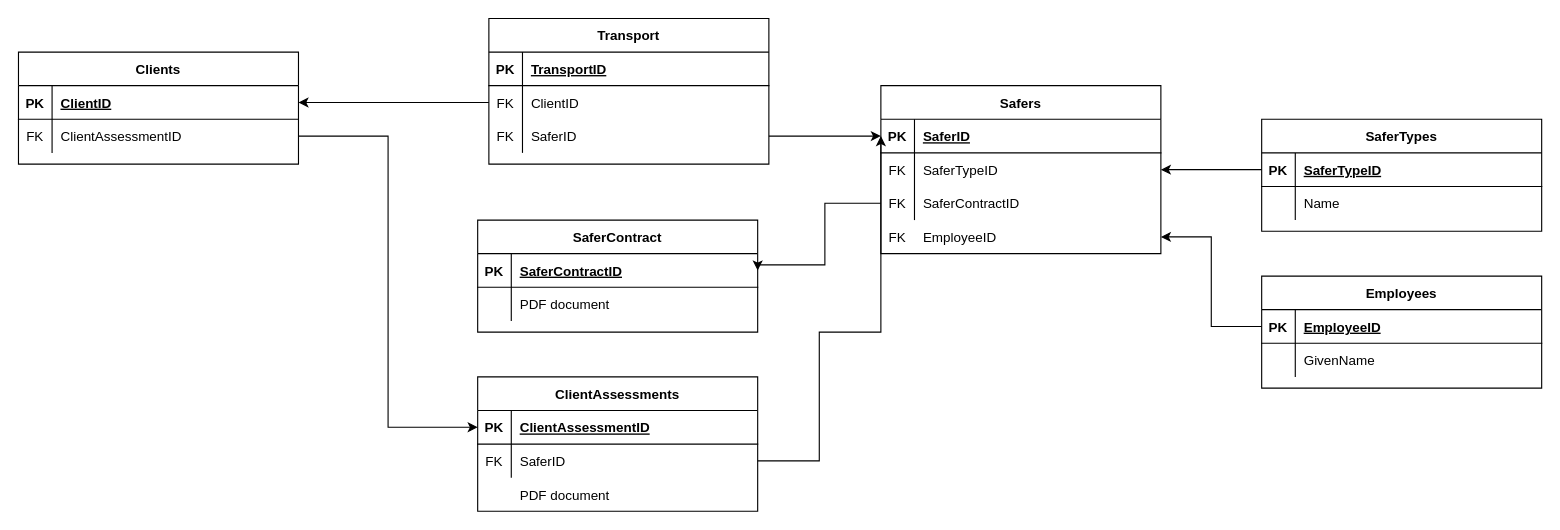
This is auto.drawio from Witchs-Cat/SqliteWithCMD, a draw.io file, before an edit. Source tidied: cells renumbered, new cells numbered last; positions are measured from the earlier drawing's top-left corner, leaving out a move shared by most shapes. Both pictures are drawn from the tidied source at 112%, with x=0, y=0 at pixel (18, 18).
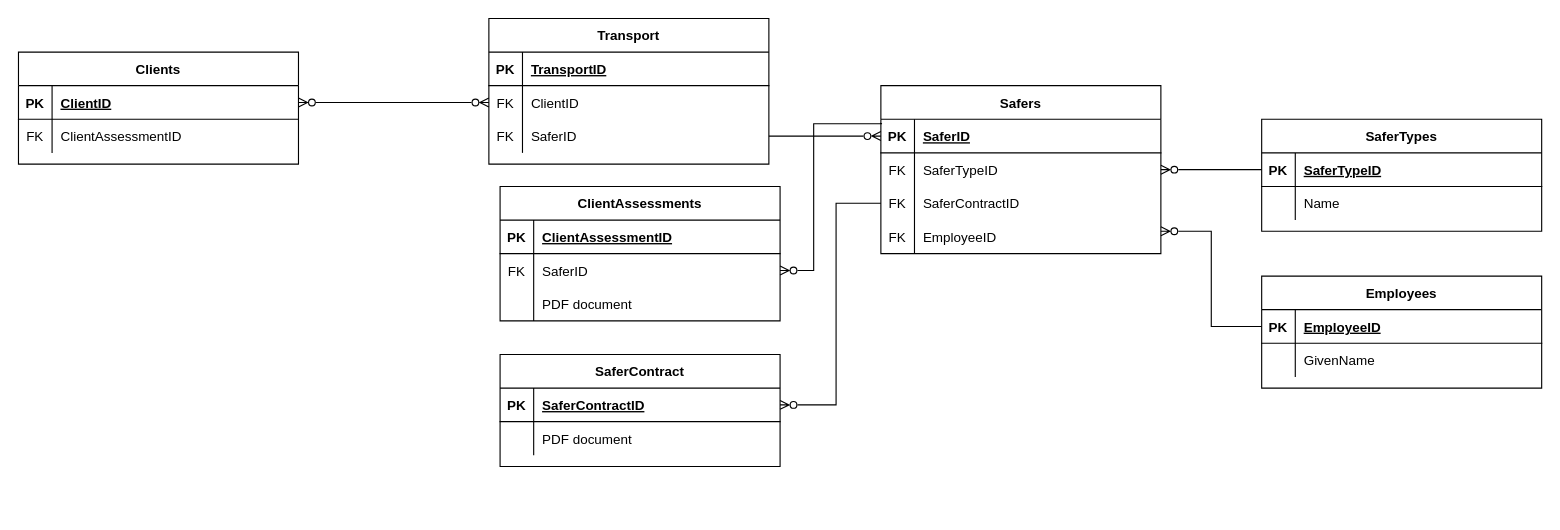
After the change.

The change refers to these unchanged cells:
```xml
<mxCell id="2" value="Safers" style="shape=table;startSize=30;childLayout=tableLayout;rowLines=0;fontStyle=1;align=center;" parent="1" vertex="1">
  <mxGeometry x="770" y="60" width="250" height="150" as="geometry" />
</mxCell>
<mxCell id="3" style="shape=partialRectangle;fillColor=none;points=[[0,0.5],[1,0.5]];portConstraint=eastwest;top=0;left=0;right=0;bottom=1;" parent="2" vertex="1">
  <mxGeometry y="30" width="250" height="30" as="geometry" />
</mxCell>
<mxCell id="6" style="shape=partialRectangle;fillColor=none;points=[[0,0.5],[1,0.5]];portConstraint=eastwest;top=0;left=0;right=0;bottom=0;" parent="2" vertex="1">
  <mxGeometry y="60" width="250" height="30" as="geometry" />
</mxCell>
<mxCell id="9" style="shape=partialRectangle;fillColor=none;points=[[0,0.5],[1,0.5]];portConstraint=eastwest;top=0;left=0;right=0;bottom=0;" parent="2" vertex="1">
  <mxGeometry y="90" width="250" height="30" as="geometry" />
</mxCell>
<mxCell id="13" style="shape=partialRectangle;fillColor=none;points=[[0,0.5],[1,0.5]];portConstraint=eastwest;top=0;left=0;right=0;bottom=1;" parent="12" vertex="1">
  <mxGeometry y="30" width="250" height="30" as="geometry" />
</mxCell>
<mxCell id="16" style="shape=partialRectangle;fillColor=none;points=[[0,0.5],[1,0.5]];portConstraint=eastwest;top=0;left=0;right=0;bottom=0;" parent="12" vertex="1">
  <mxGeometry y="60" width="250" height="30" as="geometry" />
</mxCell>
<mxCell id="23" style="shape=partialRectangle;fillColor=none;points=[[0,0.5],[1,0.5]];portConstraint=eastwest;top=0;left=0;right=0;bottom=0;" parent="19" vertex="1">
  <mxGeometry y="60" width="250" height="30" as="geometry" />
</mxCell>
<mxCell id="26" style="shape=partialRectangle;fillColor=none;points=[[0,0.5],[1,0.5]];portConstraint=eastwest;top=0;left=0;right=0;bottom=0;" parent="19" vertex="1">
  <mxGeometry y="90" width="250" height="30" as="geometry" />
</mxCell>
<mxCell id="32" style="shape=partialRectangle;fillColor=none;points=[[0,0.5],[1,0.5]];portConstraint=eastwest;top=0;left=0;right=0;bottom=1;" parent="31" vertex="1">
  <mxGeometry y="30" width="250" height="30" as="geometry" />
</mxCell>
<mxCell id="40" style="shape=partialRectangle;fillColor=none;points=[[0,0.5],[1,0.5]];portConstraint=eastwest;top=0;left=0;right=0;bottom=1;" parent="39" vertex="1">
  <mxGeometry y="30" width="250" height="30" as="geometry" />
</mxCell>
<mxCell id="48" style="shape=partialRectangle;fillColor=none;points=[[0,0.5],[1,0.5]];portConstraint=eastwest;top=0;left=0;right=0;bottom=1;" parent="47" vertex="1">
  <mxGeometry y="30" width="250" height="30" as="geometry" />
</mxCell>
<mxCell id="51" style="shape=partialRectangle;fillColor=none;points=[[0,0.5],[1,0.5]];portConstraint=eastwest;top=0;left=0;right=0;bottom=0;" parent="47" vertex="1">
  <mxGeometry y="60" width="250" height="30" as="geometry" />
</mxCell>
<mxCell id="56" style="shape=partialRectangle;fillColor=none;points=[[0,0.5],[1,0.5]];portConstraint=eastwest;top=0;left=0;right=0;bottom=1;" parent="55" vertex="1">
  <mxGeometry y="30" width="250" height="30" as="geometry" />
</mxCell>
```

What changed in the source:
```diff
@@
+    <mxCell id="70" style="shape=partialRectangle;fillColor=none;points=[[0,0.5],[1,0.5]];portConstraint=eastwest;top=0;left=0;right=0;bottom=0;" parent="2" vertex="1">
+      <mxGeometry y="120" width="250" height="30" as="geometry" />
+    </mxCell>
+    <mxCell id="63" value="FK" style="shape=partialRectangle;overflow=hidden;fillColor=none;top=0;left=0;bottom=0;right=0;" parent="70" vertex="1">
+      <mxGeometry width="30" height="30" as="geometry" />
+    </mxCell>
+    <mxCell id="64" value="EmployeeID" style="shape=partialRectangle;overflow=hidden;fillColor=none;top=0;left=0;bottom=0;right=0;align=left;spacingLeft=6;" parent="70" vertex="1">
+      <mxGeometry x="30" width="220" height="30" as="geometry" />
+    </mxCell>
@@
-    <mxCell id="29" style="edgeStyle=orthogonalEdgeStyle;rounded=0;jettySize=auto;html=1;exitX=0;exitY=0.5;exitDx=0;exitDy=0;entryX=1;entryY=0.5;entryDx=0;entryDy=0;" parent="1" edge="1" source="23" target="13">
+    <mxCell id="29" style="edgeStyle=orthogonalEdgeStyle;rounded=0;jettySize=auto;html=1;exitX=0;exitY=0.5;exitDx=0;exitDy=0;entryX=1;entryY=0.5;entryDx=0;entryDy=0;endArrow=ERzeroToMany;endFill=0;startArrow=ERzeroToMany;startFill=0;" parent="1" edge="1" source="23" target="13">
       <mxGeometry relative="1" as="geometry" />
     </mxCell>
-    <mxCell id="30" style="edgeStyle=orthogonalEdgeStyle;rounded=0;jettySize=auto;html=1;exitX=1;exitY=0.5;exitDx=0;exitDy=0;entryX=0;entryY=0.5;entryDx=0;entryDy=0;" parent="1" edge="1" source="26" target="3">
+    <mxCell id="30" style="edgeStyle=orthogonalEdgeStyle;rounded=0;jettySize=auto;html=1;exitX=1;exitY=0.5;exitDx=0;exitDy=0;entryX=0;entryY=0.5;entryDx=0;entryDy=0;endArrow=ERzeroToMany;endFill=0;" parent="1" edge="1" source="26" target="3">
       <mxGeometry relative="1" as="geometry" />
     </mxCell>
@@
-    <mxCell id="38" style="edgeStyle=orthogonalEdgeStyle;rounded=0;jettySize=auto;html=1;exitX=0;exitY=0.5;exitDx=0;exitDy=0;entryX=1;entryY=0.5;entryDx=0;entryDy=0;" parent="1" edge="1" source="32" target="6">
+    <mxCell id="38" style="edgeStyle=orthogonalEdgeStyle;rounded=0;jettySize=auto;html=1;exitX=0;exitY=0.5;exitDx=0;exitDy=0;entryX=1;entryY=0.5;entryDx=0;entryDy=0;endArrow=ERzeroToMany;endFill=0;" parent="1" edge="1" source="32" target="6">
       <mxGeometry relative="1" as="geometry" />
     </mxCell>
     <mxCell id="39" value="SaferContract" style="shape=table;startSize=30;childLayout=tableLayout;rowLines=0;fontStyle=1;align=center;" parent="1" vertex="1">
-      <mxGeometry x="410" y="180" width="250" height="100" as="geometry" />
+      <mxGeometry x="430" y="300" width="250" height="100" as="geometry" />
     </mxCell>
@@
-    <mxCell id="46" style="edgeStyle=orthogonalEdgeStyle;rounded=0;jettySize=auto;html=1;exitX=0;exitY=0.5;exitDx=0;exitDy=0;entryX=1;entryY=0.5;entryDx=0;entryDy=0;" parent="1" edge="1" source="9" target="40">
+    <mxCell id="46" style="edgeStyle=orthogonalEdgeStyle;rounded=0;jettySize=auto;html=1;exitX=0;exitY=0.5;exitDx=0;exitDy=0;entryX=1;entryY=0.5;entryDx=0;entryDy=0;endArrow=ERzeroToMany;endFill=0;" parent="1" edge="1" source="9" target="40">
       <mxGeometry relative="1" as="geometry">
         <Array as="points">
-          <mxPoint x="720" y="165" />
-          <mxPoint x="720" y="220" />
-          <mxPoint x="660" y="220" />
+          <mxPoint x="730" y="165" />
+          <mxPoint x="730" y="345" />
         </Array>
       </mxGeometry>
     </mxCell>
     <mxCell id="47" value="ClientAssessments" style="shape=table;startSize=30;childLayout=tableLayout;rowLines=0;fontStyle=1;align=center;" parent="1" vertex="1">
-      <mxGeometry x="410" y="320" width="250" height="120" as="geometry" />
+      <mxGeometry x="430" y="150" width="250" height="120" as="geometry" />
     </mxCell>
@@
-    <mxCell id="54" style="edgeStyle=orthogonalEdgeStyle;rounded=0;jettySize=auto;html=1;exitX=1;exitY=0.5;exitDx=0;exitDy=0;entryX=0;entryY=0.5;entryDx=0;entryDy=0;" parent="1" edge="1" source="16" target="48">
-      <mxGeometry relative="1" as="geometry" />
-    </mxCell>
+    <mxCell id="71" style="shape=partialRectangle;fillColor=none;top=0;left=0;right=0;bottom=0;" parent="47" vertex="1">
+      <mxGeometry y="90" width="250" height="30" as="geometry" />
+    </mxCell>
+    <mxCell id="67" style="shape=partialRectangle;overflow=hidden;fillColor=none;top=0;left=0;bottom=0;right=0;" parent="71" vertex="1">
+      <mxGeometry width="30" height="30" as="geometry" />
+    </mxCell>
+    <mxCell id="72" value="PDF document" style="shape=partialRectangle;overflow=hidden;fillColor=none;top=0;left=0;bottom=0;right=0;align=left;spacingLeft=6;" parent="71" vertex="1">
+      <mxGeometry x="30" width="220" height="30" as="geometry" />
+    </mxCell>
@@
-    <mxCell id="62" style="shape=partialRectangle;fillColor=none;points=[[0,0.5],[1,0.5]];portConstraint=eastwest;top=0;left=0;right=0;bottom=0;" parent="1" vertex="1">
-      <mxGeometry x="770" y="180" width="250" height="30" as="geometry" />
-    </mxCell>
-    <mxCell id="63" value="FK" style="shape=partialRectangle;overflow=hidden;fillColor=none;top=0;left=0;bottom=0;right=0;" parent="62" vertex="1">
-      <mxGeometry width="30" height="30" as="geometry" />
-    </mxCell>
-    <mxCell id="64" value="EmployeeID" style="shape=partialRectangle;overflow=hidden;fillColor=none;top=0;left=0;bottom=0;right=0;align=left;spacingLeft=6;" parent="62" vertex="1">
-      <mxGeometry x="30" width="220" height="30" as="geometry" />
-    </mxCell>
-    <mxCell id="65" style="edgeStyle=orthogonalEdgeStyle;rounded=0;jettySize=auto;html=1;exitX=0;exitY=0.5;exitDx=0;exitDy=0;entryX=1;entryY=0.5;entryDx=0;entryDy=0;" parent="1" edge="1" source="56" target="62">
-      <mxGeometry relative="1" as="geometry" />
-    </mxCell>
     <mxCell id="66" style="shape=partialRectangle;fillColor=none;top=0;left=0;right=0;bottom=0;" parent="1" vertex="1">
-      <mxGeometry x="410" y="410" width="250" height="30" as="geometry" />
+      <mxGeometry x="420" y="240" width="250" height="30" as="geometry" />
     </mxCell>
-    <mxCell id="67" style="shape=partialRectangle;overflow=hidden;fillColor=none;top=0;left=0;bottom=0;right=0;" parent="66" vertex="1">
-      <mxGeometry width="30" height="30" as="geometry" />
-    </mxCell>
+    <mxCell id="69" style="edgeStyle=orthogonalEdgeStyle;rounded=0;jettySize=auto;html=1;exitX=1;exitY=0.5;exitDx=0;exitDy=0;entryX=-0.003;entryY=0.123;entryDx=0;entryDy=0;endArrow=none;endFill=0;entryPerimeter=0;startArrow=ERzeroToMany;startFill=0;" parent="1" edge="1" source="51" target="3">
+      <mxGeometry relative="1" as="geometry">
+        <Array as="points">
+          <mxPoint x="710" y="225" />
+          <mxPoint x="710" y="94" />
+          <mxPoint x="771" y="94" />
+        </Array>
+      </mxGeometry>
+    </mxCell>
-    <mxCell id="68" value="PDF document" style="shape=partialRectangle;overflow=hidden;fillColor=none;top=0;left=0;bottom=0;right=0;align=left;spacingLeft=6;" parent="66" vertex="1">
-      <mxGeometry x="30" width="220" height="30" as="geometry" />
+    <mxCell id="68" style="shape=partialRectangle;overflow=hidden;fillColor=none;top=0;left=0;bottom=0;right=0;align=left;spacingLeft=6;" parent="1" vertex="1">
+      <mxGeometry x="310" y="360" width="220" height="30" as="geometry" />
     </mxCell>
-    <mxCell id="69" style="edgeStyle=orthogonalEdgeStyle;rounded=0;jettySize=auto;html=1;exitX=1;exitY=0.5;exitDx=0;exitDy=0;entryX=0;entryY=0.5;entryDx=0;entryDy=0;" parent="1" edge="1" source="51" target="3">
-      <mxGeometry relative="1" as="geometry">
-        <Array as="points">
-          <mxPoint x="715" y="395" />
-          <mxPoint x="715" y="280" />
-          <mxPoint x="770" y="280" />
-        </Array>
-      </mxGeometry>
-    </mxCell>
+    <mxCell id="73" style="edgeStyle=orthogonalEdgeStyle;rounded=0;jettySize=auto;html=1;exitX=0;exitY=0.5;exitDx=0;exitDy=0;entryX=1;entryY=0.333;entryDx=0;entryDy=0;entryPerimeter=0;endArrow=ERzeroToMany;endFill=0;" parent="1" edge="1" source="56" target="70">
+      <mxGeometry relative="1" as="geometry" />
+    </mxCell>
```
